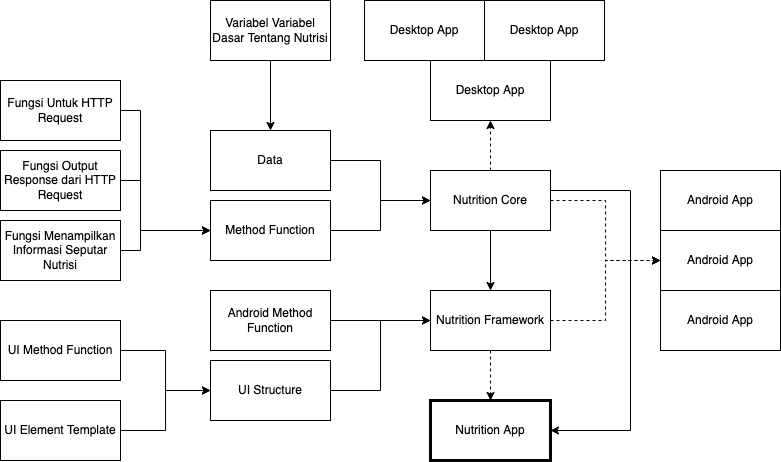
This is docs/image/skeleton-component.png from amirisback/nutrition-framework, a draw.io export, as it was before one commit. Source tidied: cells renumbered, new cells last; positions are measured from the earlier drawing's top-left corner, leaving out a move shared by most shapes.
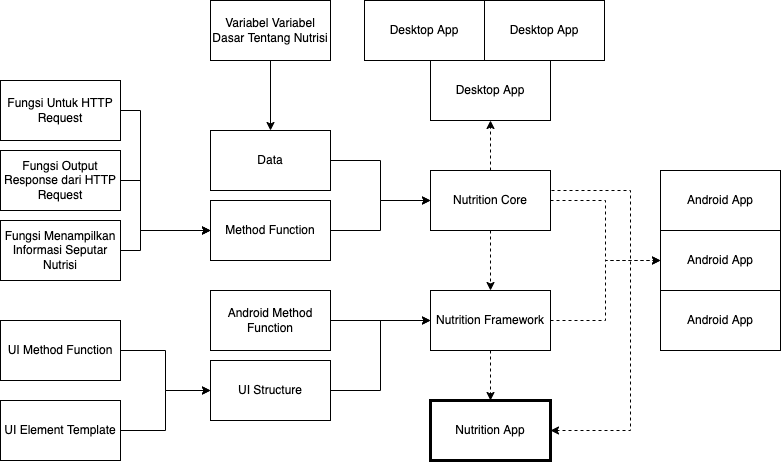
After the change.

The edit, as a diff of the source:
```diff
@@ -2,7 +2,7 @@
   <root>
     <mxCell id="0" />
     <mxCell id="1" parent="0" />
-    <mxCell id="2" style="edgeStyle=orthogonalEdgeStyle;rounded=0;jettySize=auto;html=1;" parent="1" edge="1" source="6" target="9">
+    <mxCell id="2" style="edgeStyle=orthogonalEdgeStyle;rounded=0;jettySize=auto;html=1;dashed=1;" parent="1" edge="1" source="6" target="9">
       <mxGeometry relative="1" as="geometry" />
     </mxCell>
     <mxCell id="3" style="edgeStyle=orthogonalEdgeStyle;rounded=0;jettySize=auto;html=1;entryX=0;entryY=0.5;entryDx=0;entryDy=0;dashed=1;" parent="1" edge="1" source="6" target="11">
@@ -11,7 +11,7 @@
     <mxCell id="4" style="edgeStyle=orthogonalEdgeStyle;rounded=0;jettySize=auto;html=1;entryX=0.5;entryY=1;entryDx=0;entryDy=0;dashed=1;" parent="1" edge="1" source="6" target="14">
       <mxGeometry relative="1" as="geometry" />
     </mxCell>
-    <mxCell id="5" style="edgeStyle=orthogonalEdgeStyle;rounded=0;jettySize=auto;html=1;entryX=1;entryY=0.5;entryDx=0;entryDy=0;exitX=1;exitY=0.25;exitDx=0;exitDy=0;" parent="1" edge="1" source="6" target="37">
+    <mxCell id="5" style="edgeStyle=orthogonalEdgeStyle;rounded=0;jettySize=auto;html=1;entryX=1;entryY=0.5;entryDx=0;entryDy=0;exitX=1;exitY=0.25;exitDx=0;exitDy=0;dashed=1;" parent="1" edge="1" source="6" target="37">
       <mxGeometry relative="1" as="geometry">
         <Array as="points">
           <mxPoint x="550" y="190" />
```
